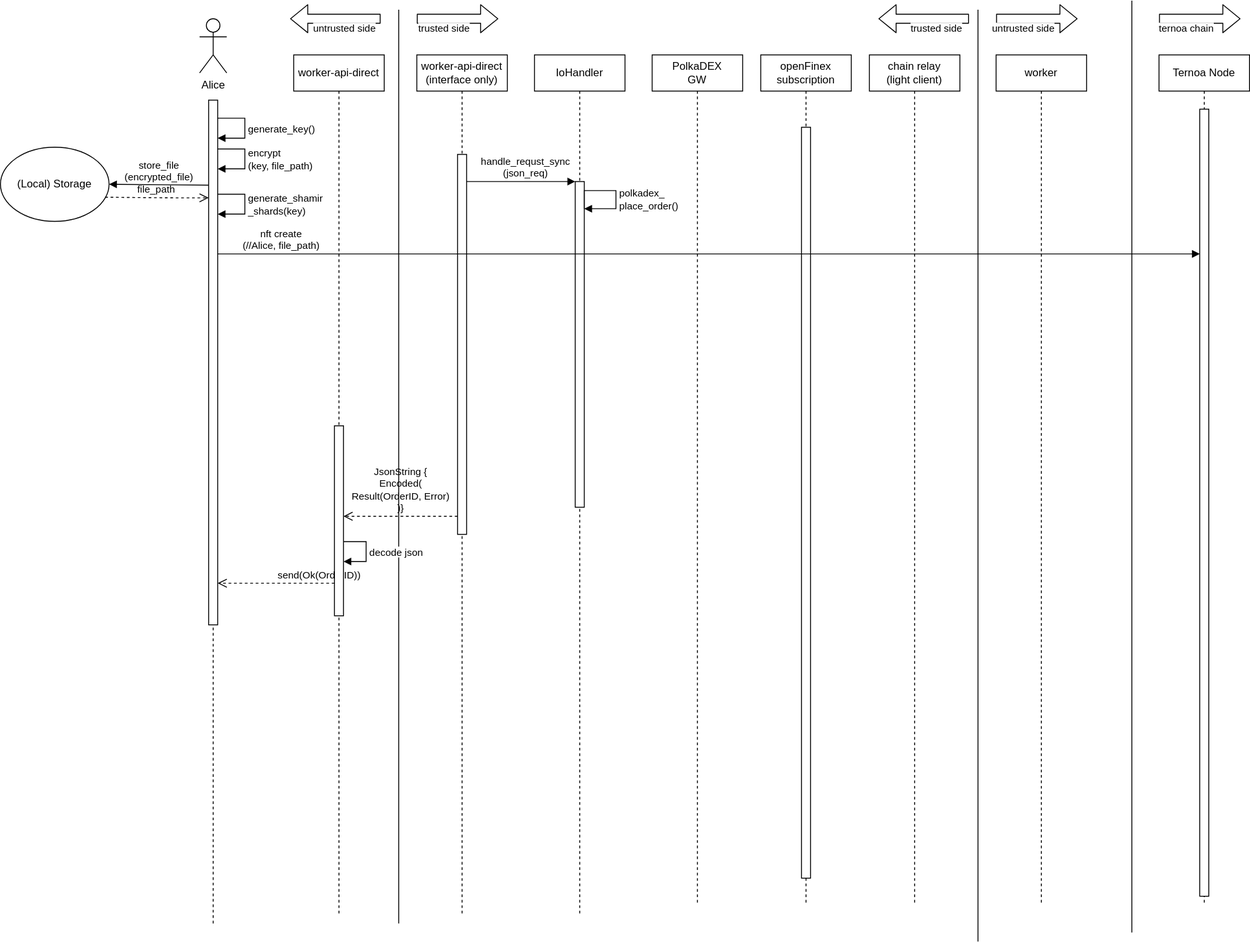
Above: capsule_sequence_diagram.svg in haerdib/substraTEE_diagramms (draw.io), before the change. Source tidied: cells renumbered, new cells last; positions are measured from the earlier drawing's top-left corner, leaving out a move shared by most shapes.
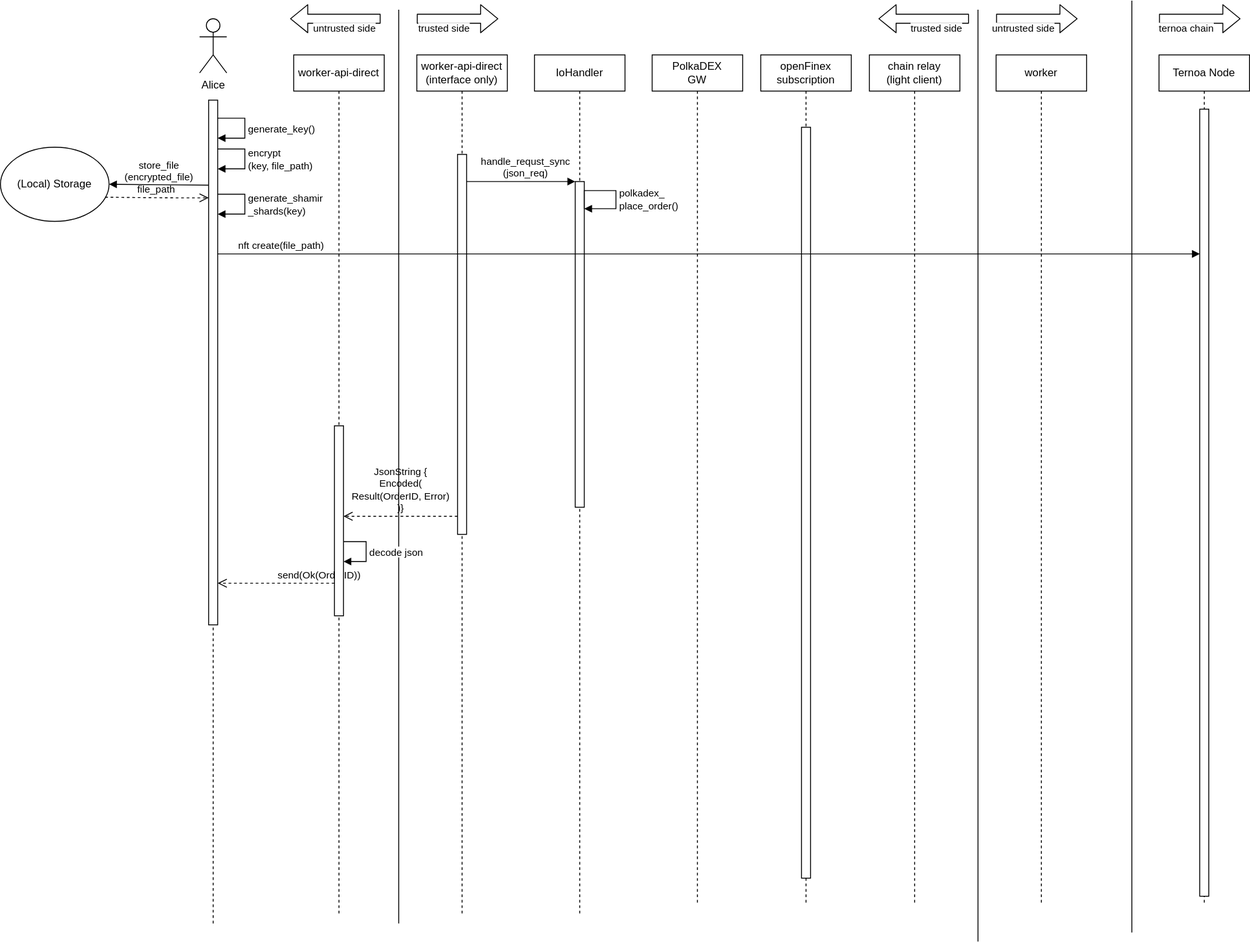
The same file after the commit.

Diff of the diagram source:
```diff
@@ -213,7 +213,7 @@
     <mxCell id="42" value="worker" style="shape=umlLifeline;perimeter=lifelinePerimeter;whiteSpace=wrap;html=1;fontColor=#000000;" parent="1" vertex="1">
       <mxGeometry x="1100" y="60" width="100" height="940" as="geometry" />
     </mxCell>
-    <mxCell id="43" value="&lt;div&gt;nft create&lt;/div&gt;&lt;div&gt;(//Alice, file_path)&lt;br&gt;&lt;/div&gt;" style="html=1;verticalAlign=bottom;endArrow=block;" parent="1" edge="1">
+    <mxCell id="43" value="&lt;div&gt;nft create(file_path)&lt;br&gt;&lt;/div&gt;" style="html=1;verticalAlign=bottom;endArrow=block;" parent="1" edge="1">
       <mxGeometry x="-0.87" relative="1" as="geometry">
         <mxPoint x="240" y="280" as="sourcePoint" />
         <mxPoint x="1325" y="280" as="targetPoint" />
```
